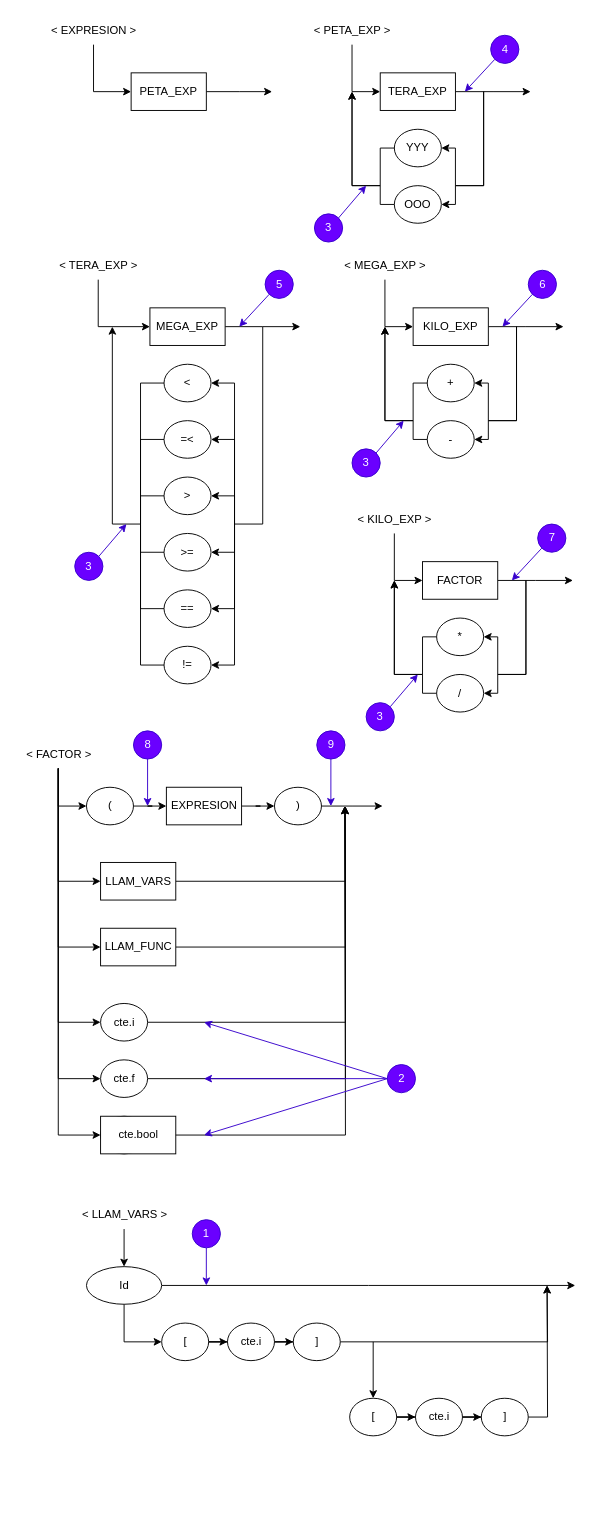
Before: page "Expresiones Simples" (10 of 12) of Docs/0. Diagramas.drawio in alexvasqxz/JuniorScript, a draw.io diagram. Source tidied: cells renumbered, new cells numbered last; positions are measured from the earlier drawing's top-left corner, leaving out a move shared by most shapes. Both pictures are drawn from the tidied source at 94%, with x=0, y=0 at pixel (15, 16).
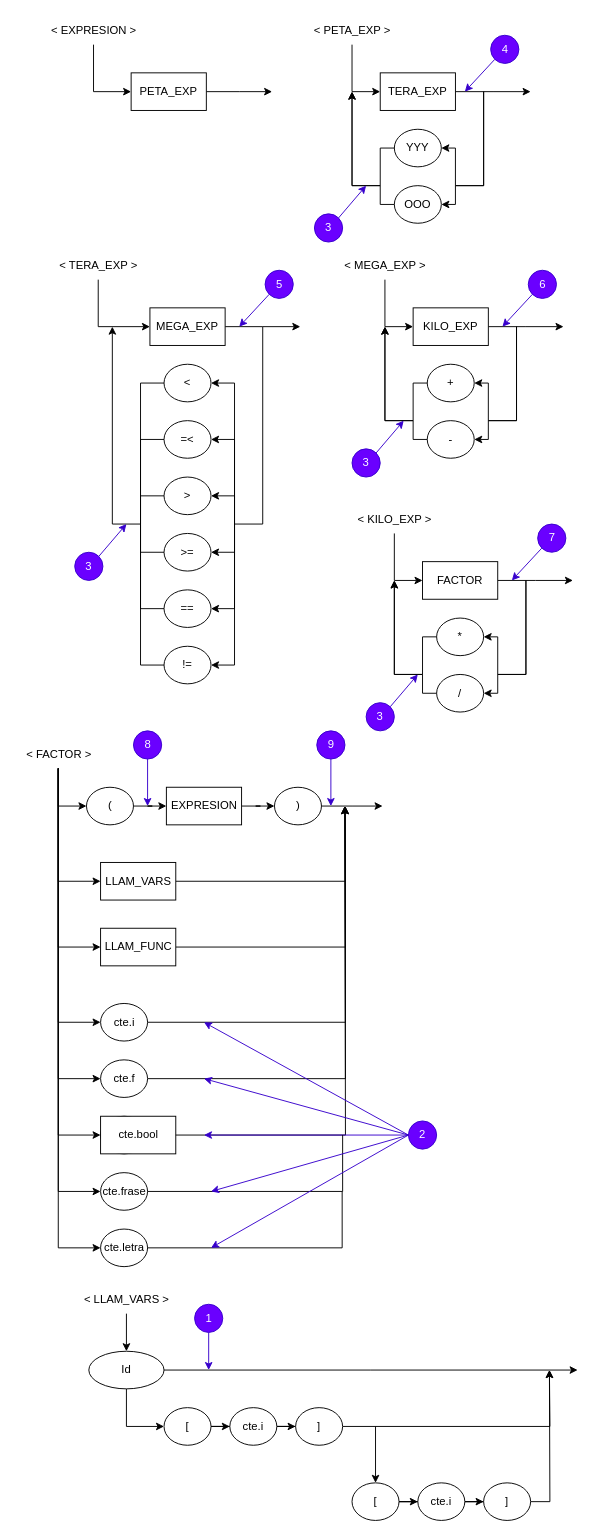
Above is the later version.

Unchanged cells that the change refers to:
```xml
<mxCell id="66" value="&amp;lt; FACTOR &amp;gt;" style="text;html=1;align=center;verticalAlign=middle;points=[];strokeColor=none;fillColor=none;" parent="1" vertex="1">
  <mxGeometry x="0.5" y="770" width="90" height="30" as="geometry" />
</mxCell>
```

What changed in the source:
```diff
@@
+    <mxCell id="128" style="edgeStyle=orthogonalEdgeStyle;rounded=0;jettySize=auto;html=1;entryX=0;entryY=0.5;entryDx=0;entryDy=0;" parent="1" edge="1" source="66" target="130">
+      <mxGeometry relative="1" as="geometry" />
+    </mxCell>
+    <mxCell id="129" style="edgeStyle=orthogonalEdgeStyle;rounded=0;jettySize=auto;html=1;entryX=0;entryY=0.5;entryDx=0;entryDy=0;" parent="1" edge="1" source="66" target="131">
+      <mxGeometry relative="1" as="geometry" />
+    </mxCell>
@@
     <mxCell id="85" value="&amp;lt; LLAM_VARS &amp;gt;" style="text;html=1;align=center;verticalAlign=middle;points=[];strokeColor=none;fillColor=none;" parent="1" vertex="1">
-      <mxGeometry x="60.5" y="1260" width="110" height="30" as="geometry" />
+      <mxGeometry x="63" y="1350" width="110" height="30" as="geometry" />
     </mxCell>
     <mxCell id="86" style="edgeStyle=orthogonalEdgeStyle;rounded=0;jettySize=auto;html=1;" parent="1" edge="1" source="88">
       <mxGeometry relative="1" as="geometry">
-        <mxPoint x="595.5" y="1350" as="targetPoint" />
+        <mxPoint x="598" y="1440" as="targetPoint" />
       </mxGeometry>
     </mxCell>
@@
     <mxCell id="88" value="Id" style="ellipse;whiteSpace=wrap;html=1;" parent="1" vertex="1">
-      <mxGeometry x="75.5" y="1330" width="80" height="40" as="geometry" />
+      <mxGeometry x="78" y="1420" width="80" height="40" as="geometry" />
     </mxCell>
@@
     <mxCell id="90" value="[" style="ellipse;whiteSpace=wrap;html=1;" parent="1" vertex="1">
-      <mxGeometry x="155.5" y="1390" width="50" height="40" as="geometry" />
+      <mxGeometry x="158" y="1480" width="50" height="40" as="geometry" />
     </mxCell>
@@
     <mxCell id="92" value="cte.i" style="ellipse;whiteSpace=wrap;html=1;" parent="1" vertex="1">
-      <mxGeometry x="225.5" y="1390" width="50" height="40" as="geometry" />
+      <mxGeometry x="228" y="1480" width="50" height="40" as="geometry" />
     </mxCell>
     <mxCell id="93" style="edgeStyle=orthogonalEdgeStyle;rounded=0;jettySize=auto;html=1;" parent="1" edge="1" source="94">
       <mxGeometry relative="1" as="geometry">
-        <mxPoint x="565.5" y="1350" as="targetPoint" />
+        <mxPoint x="568" y="1440" as="targetPoint" />
       </mxGeometry>
     </mxCell>
     <mxCell id="94" value="]" style="ellipse;whiteSpace=wrap;html=1;" parent="1" vertex="1">
-      <mxGeometry x="295.5" y="1390" width="50" height="40" as="geometry" />
+      <mxGeometry x="298" y="1480" width="50" height="40" as="geometry" />
     </mxCell>
@@
     <mxCell id="96" value="[" style="ellipse;whiteSpace=wrap;html=1;" parent="1" vertex="1">
-      <mxGeometry x="355.5" y="1470" width="50" height="40" as="geometry" />
+      <mxGeometry x="358" y="1560" width="50" height="40" as="geometry" />
     </mxCell>
@@
     <mxCell id="98" value="cte.i" style="ellipse;whiteSpace=wrap;html=1;" parent="1" vertex="1">
-      <mxGeometry x="425.5" y="1470" width="50" height="40" as="geometry" />
+      <mxGeometry x="428" y="1560" width="50" height="40" as="geometry" />
     </mxCell>
     <mxCell id="99" style="edgeStyle=orthogonalEdgeStyle;rounded=0;jettySize=auto;html=1;" parent="1" edge="1" source="100">
       <mxGeometry relative="1" as="geometry">
-        <mxPoint x="565.5" y="1350" as="targetPoint" />
+        <mxPoint x="568" y="1440" as="targetPoint" />
       </mxGeometry>
     </mxCell>
     <mxCell id="100" value="]" style="ellipse;whiteSpace=wrap;html=1;" parent="1" vertex="1">
-      <mxGeometry x="495.5" y="1470" width="50" height="40" as="geometry" />
+      <mxGeometry x="498" y="1560" width="50" height="40" as="geometry" />
     </mxCell>
     <mxCell id="101" style="endArrow=classic;html=1;rounded=0;entryX=0.5;entryY=0;entryDx=0;entryDy=0;" parent="1" edge="1" target="96">
       <mxGeometry relative="1" as="geometry">
-        <mxPoint x="380.5" y="1410" as="sourcePoint" />
+        <mxPoint x="383" y="1500" as="sourcePoint" />
       </mxGeometry>
     </mxCell>
     <mxCell id="102" value="1" style="ellipse;whiteSpace=wrap;html=1;fillColor=#6a00ff;strokeColor=#3700CC;fontColor=#ffffff;" parent="1" vertex="1">
-      <mxGeometry x="188" y="1280" width="30" height="30" as="geometry" />
+      <mxGeometry x="190.5" y="1370" width="30" height="30" as="geometry" />
     </mxCell>
     <mxCell id="103" value="2" style="ellipse;whiteSpace=wrap;html=1;fillColor=#6a00ff;strokeColor=#3700CC;fontColor=#ffffff;" parent="1" vertex="1">
-      <mxGeometry x="395.5" y="1115" width="30" height="30" as="geometry" />
+      <mxGeometry x="418" y="1175" width="30" height="30" as="geometry" />
     </mxCell>
     <mxCell id="104" style="endArrow=classic;html=1;rounded=0;exitX=0.5;exitY=1;exitDx=0;exitDy=0;fillColor=#6a00ff;strokeColor=#3700CC;" parent="1" edge="1" source="102">
       <mxGeometry relative="1" as="geometry">
-        <mxPoint x="203" y="1350" as="targetPoint" />
+        <mxPoint x="205.5" y="1440" as="targetPoint" />
       </mxGeometry>
     </mxCell>
@@
+    <mxCell id="130" value="cte.frase" style="ellipse;whiteSpace=wrap;html=1;" parent="1" vertex="1">
+      <mxGeometry x="90.5" y="1230" width="50" height="40" as="geometry" />
+    </mxCell>
+    <mxCell id="131" value="cte.letra" style="ellipse;whiteSpace=wrap;html=1;" parent="1" vertex="1">
+      <mxGeometry x="90.5" y="1290" width="50" height="40" as="geometry" />
+    </mxCell>
+    <mxCell id="132" style="endArrow=none;html=1;rounded=0;exitX=1;exitY=0.5;exitDx=0;exitDy=0;" parent="1" edge="1" source="130">
+      <mxGeometry relative="1" as="geometry">
+        <mxPoint x="348" y="1190" as="targetPoint" />
+        <Array as="points">
+          <mxPoint x="348" y="1250" />
+        </Array>
+      </mxGeometry>
+    </mxCell>
+    <mxCell id="133" style="endArrow=none;html=1;rounded=0;exitX=1;exitY=0.5;exitDx=0;exitDy=0;" parent="1" edge="1">
+      <mxGeometry relative="1" as="geometry">
+        <mxPoint x="140.5" y="1310" as="sourcePoint" />
+        <mxPoint x="347.5" y="1250" as="targetPoint" />
+        <Array as="points">
+          <mxPoint x="347.5" y="1310" />
+        </Array>
+      </mxGeometry>
+    </mxCell>
+    <mxCell id="134" style="endArrow=classic;html=1;rounded=0;exitX=0;exitY=0.5;exitDx=0;exitDy=0;fillColor=#6a00ff;strokeColor=#3700CC;" parent="1" edge="1" source="103">
+      <mxGeometry relative="1" as="geometry">
+        <mxPoint x="208" y="1250" as="targetPoint" />
+      </mxGeometry>
+    </mxCell>
+    <mxCell id="135" style="endArrow=classic;html=1;rounded=0;fillColor=#6a00ff;strokeColor=#3700CC;" parent="1" edge="1">
+      <mxGeometry relative="1" as="geometry">
+        <mxPoint x="418" y="1190" as="sourcePoint" />
+        <mxPoint x="208" y="1310" as="targetPoint" />
+      </mxGeometry>
+    </mxCell>
```
